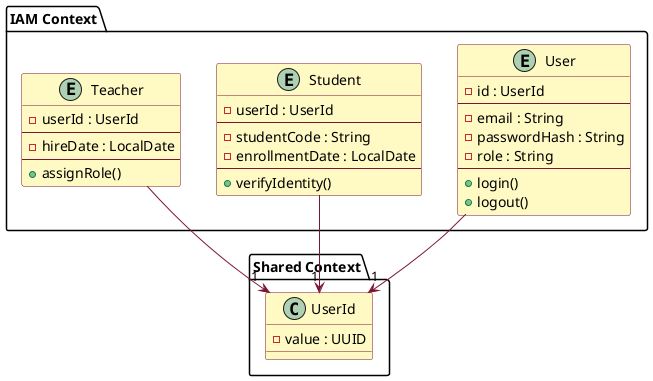
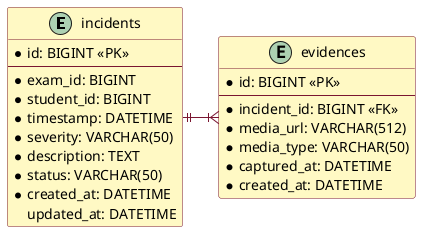
- @startuml classDiagram
+ @startuml "Incident Detection Database"

skinparam class {
  BackgroundColor #FFF9C4
  BorderColor #7A1631
  StereotypeFontColor #2E7D32
}
skinparam Arrow {
  Color #7A1631
}
+ skinparam linetype ortho

- package "Shared Context" {
-     class "UserId" {
-         -value : UUID
-     }
+ entity incidents {
+     *id: BIGINT <<PK>>
+     --
+     *exam_id: BIGINT
+     *student_id: BIGINT
+     *timestamp: DATETIME
+     *severity: VARCHAR(50)
+     *description: TEXT
+     *status: VARCHAR(50)
+     *created_at: DATETIME
+     updated_at: DATETIME
}

- package "IAM Context" {
-     entity "User" {
-         -id : UserId
-         --
-         -email : String
-         -passwordHash : String
-         -role : String
-         --
-         +login()
-         +logout()
-     }
- 
-     entity "Student" {
-         -userId : UserId
-         --
-         -studentCode : String
-         -enrollmentDate : LocalDate
-         --
-         +verifyIdentity()
-     }
- 
-     entity "Teacher" {
-         -userId : UserId
-         --
-         -hireDate : LocalDate
-         --
-         +assignRole()
-     }
+ entity evidences {
+     *id: BIGINT <<PK>>
+     --
+     *incident_id: BIGINT <<FK>>
+     *media_url: VARCHAR(512)
+     *media_type: VARCHAR(50)
+     *captured_at: DATETIME
+     *created_at: DATETIME
}

- User --> "1" UserId
- Student --> "1" UserId
- Teacher --> "1" UserId
+ incidents ||-right-|{ evidences
@enduml